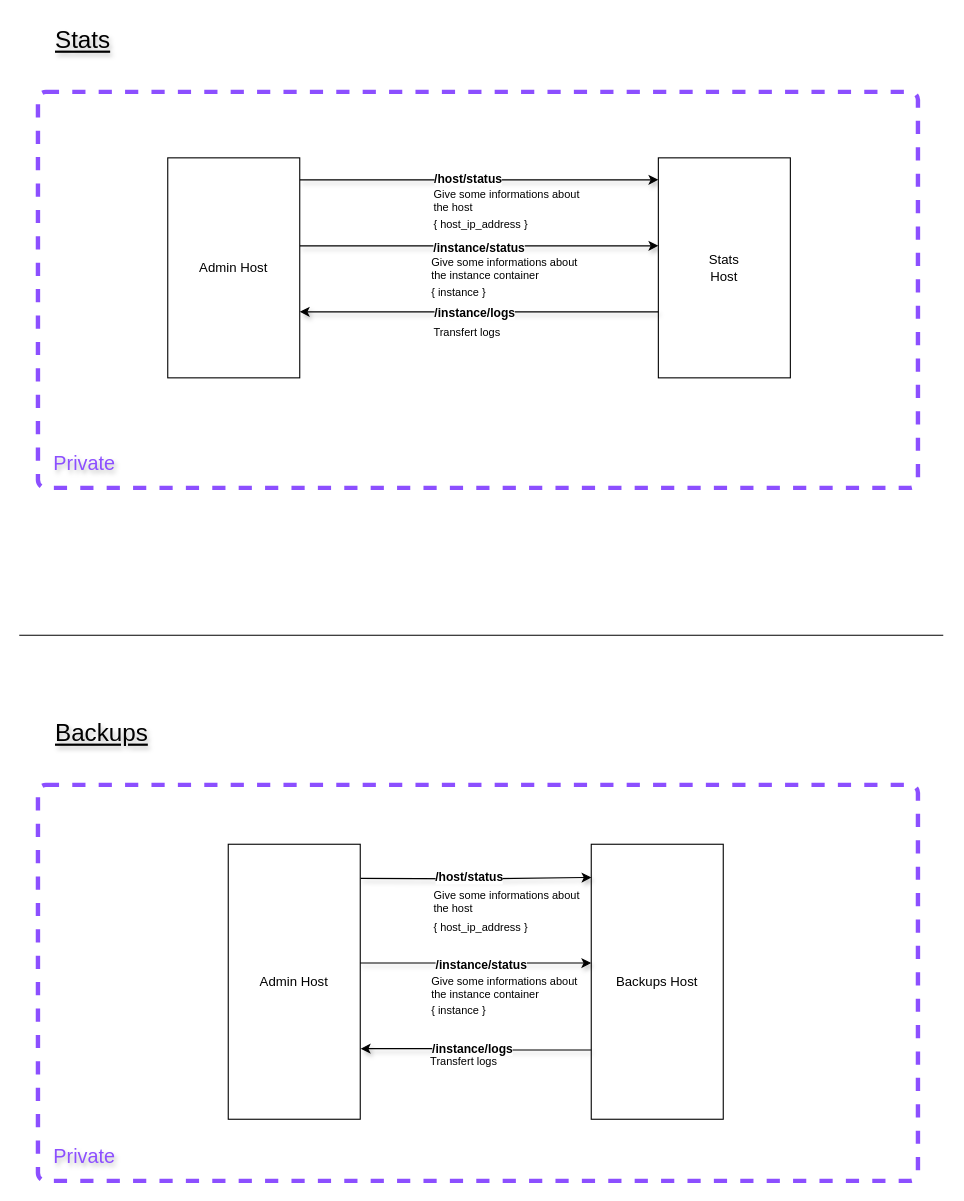
Earlier version of the draw.io diagram doc/Admin.drawio (yesbabylon/b2). Source tidied: cells renumbered, new cells numbered last; positions are measured from the earlier drawing's top-left corner, leaving out a move shared by most shapes. Both pictures are drawn from the tidied source at 110%, with x=0, y=0 at pixel (19, 19).
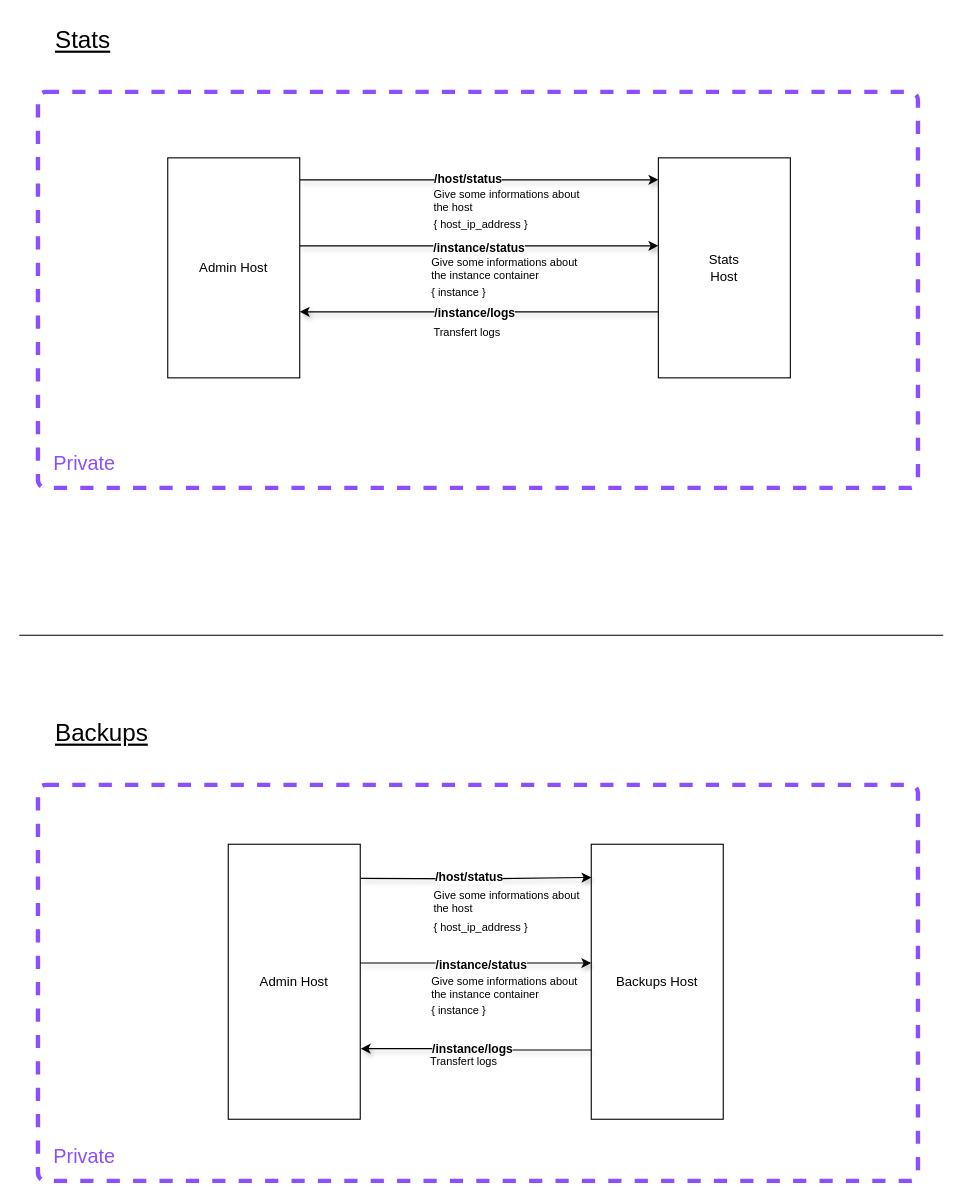
Above is the later version.

The edit, as a diff of the source:
```diff
@@
-    <mxCell id="4" value="&lt;font style=&quot;font-size: 22px;&quot;&gt;&lt;u&gt;Stats&lt;/u&gt;&lt;/font&gt;" style="text;html=1;align=left;verticalAlign=middle;strokeColor=none;fillColor=none;textShadow=1;" parent="1" vertex="1">
+    <mxCell id="4" value="&lt;font style=&quot;font-size: 22px;&quot;&gt;&lt;u&gt;Stats&lt;/u&gt;&lt;/font&gt;" style="text;html=1;align=left;verticalAlign=middle;strokeColor=none;fillColor=none;textShadow=0;" parent="1" vertex="1">
       <mxGeometry x="31" width="70" height="40" as="geometry" />
     </mxCell>
@@
-    <mxCell id="11" value="&lt;font color=&quot;#8c4fff&quot; style=&quot;font-size: 18px;&quot;&gt;Private&lt;/font&gt;" style="text;html=1;align=center;verticalAlign=middle;strokeColor=none;fillColor=none;textShadow=1;" parent="1" vertex="1">
+    <mxCell id="11" value="&lt;font color=&quot;#8c4fff&quot; style=&quot;font-size: 18px;&quot;&gt;Private&lt;/font&gt;" style="text;html=1;align=center;verticalAlign=middle;strokeColor=none;fillColor=none;textShadow=0;" parent="1" vertex="1">
       <mxGeometry x="19" y="384" width="80" height="40" as="geometry" />
     </mxCell>
@@
-    <mxCell id="20" value="&lt;font style=&quot;font-size: 22px;&quot;&gt;&lt;u&gt;Backups&lt;/u&gt;&lt;/font&gt;" style="text;html=1;align=left;verticalAlign=middle;strokeColor=none;fillColor=none;textShadow=1;" parent="1" vertex="1">
+    <mxCell id="20" value="&lt;font style=&quot;font-size: 22px;&quot;&gt;&lt;u&gt;Backups&lt;/u&gt;&lt;/font&gt;" style="text;html=1;align=left;verticalAlign=middle;strokeColor=none;fillColor=none;textShadow=0;" parent="1" vertex="1">
       <mxGeometry x="31" y="630" width="110" height="40" as="geometry" />
     </mxCell>
-    <mxCell id="21" value="&lt;font color=&quot;#8c4fff&quot; style=&quot;font-size: 18px;&quot;&gt;Private&lt;/font&gt;" style="text;html=1;align=center;verticalAlign=middle;strokeColor=none;fillColor=none;textShadow=1;" parent="1" vertex="1">
+    <mxCell id="21" value="&lt;font color=&quot;#8c4fff&quot; style=&quot;font-size: 18px;&quot;&gt;Private&lt;/font&gt;" style="text;html=1;align=center;verticalAlign=middle;strokeColor=none;fillColor=none;textShadow=0;" parent="1" vertex="1">
       <mxGeometry x="19" y="1014" width="80" height="40" as="geometry" />
     </mxCell>
```
